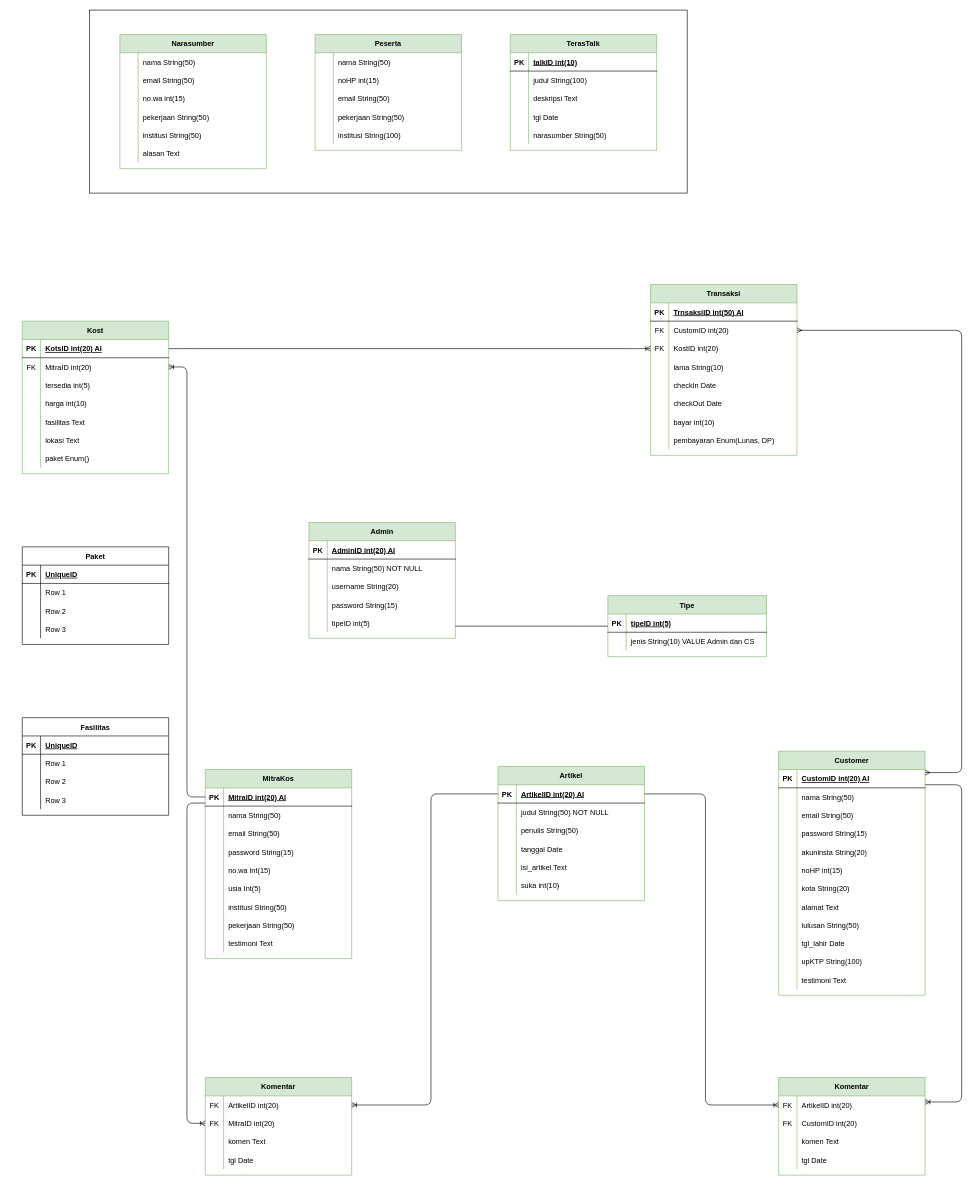
This is ERD TerasKos.drawio from sendy452/DIagram-Model, a draw.io file, before an edit. Source tidied: cells renumbered, new cells numbered last; positions are measured from the earlier drawing's top-left corner, leaving out a move shared by most shapes. Both pictures are drawn from the tidied source at 61%, with x=0, y=0 at pixel (22, 10).
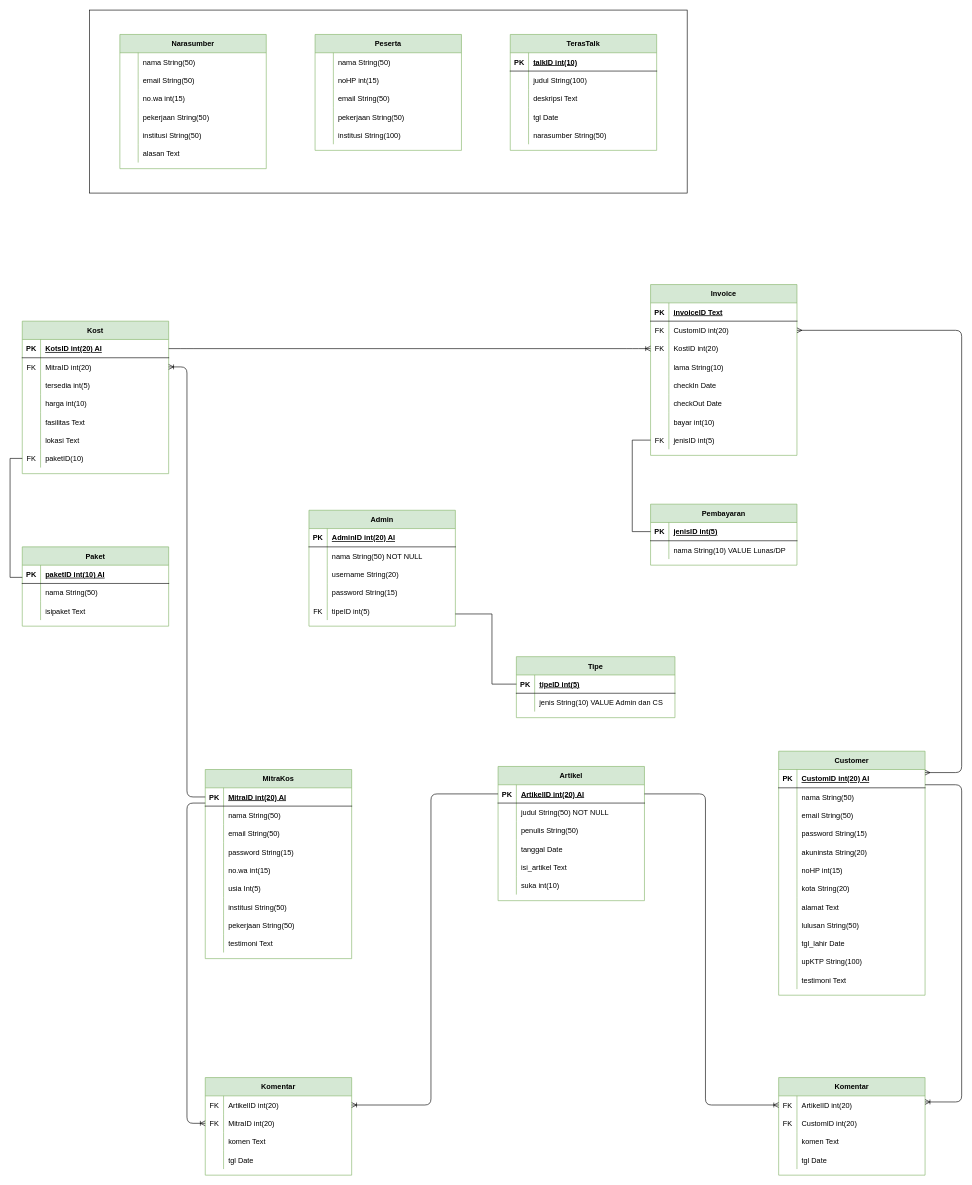
After the change.

The change refers to these unchanged cells:
```xml
<mxCell id="81" style="shape=partialRectangle;fillColor=none;top=0;left=0;bottom=0;right=0;points=[[0,0.5],[1,0.5]];portConstraint=eastwest;" parent="68" vertex="1">
  <mxGeometry y="150" width="240" height="30" as="geometry" />
</mxCell>
<mxCell id="141" style="shape=partialRectangle;fillColor=none;top=0;left=0;bottom=0;right=0;points=[[0,0.5],[1,0.5]];portConstraint=eastwest;" parent="122" vertex="1">
  <mxGeometry y="210" width="240" height="30" as="geometry" />
</mxCell>
<mxCell id="145" style="shape=partialRectangle;fillColor=none;top=0;left=0;bottom=1;right=0;" parent="144" vertex="1">
  <mxGeometry y="30" width="240" height="30" as="geometry" />
</mxCell>
<mxCell id="166" style="shape=partialRectangle;fillColor=none;top=0;left=0;bottom=0;right=0;points=[[0,0.5],[1,0.5]];portConstraint=eastwest;" parent="144" vertex="1">
  <mxGeometry y="240" width="240" height="30" as="geometry" />
</mxCell>
<mxCell id="203" style="shape=partialRectangle;fillColor=none;top=0;left=0;bottom=1;right=0;points=[[0,0.5],[1,0.5]];portConstraint=eastwest;" parent="202" vertex="1">
  <mxGeometry y="30" width="260" height="30" as="geometry" />
</mxCell>
<mxCell id="211" style="shape=partialRectangle;fillColor=none;top=0;left=0;bottom=1;right=0;points=[[0,0.5],[1,0.5]];portConstraint=eastwest;" parent="210" vertex="1">
  <mxGeometry y="30" width="240" height="30" as="geometry" />
</mxCell>
<mxCell id="214" style="shape=partialRectangle;fillColor=none;top=0;left=0;bottom=0;right=0;" parent="210" vertex="1">
  <mxGeometry y="60" width="240" height="30" as="geometry" />
</mxCell>
<mxCell id="217" style="shape=partialRectangle;fillColor=none;top=0;left=0;bottom=0;right=0;" parent="210" vertex="1">
  <mxGeometry y="90" width="240" height="30" as="geometry" />
</mxCell>
```

Change to the diagram source:
```diff
@@
     <mxCell id="68" value="Admin" style="shape=table;startSize=30;childLayout=tableLayout;rowLines=0;fontStyle=1;align=center;fillColor=#d5e8d4;strokeColor=#82b366;" parent="1" vertex="1">
-      <mxGeometry x="470" y="840" width="240" height="190" as="geometry" />
+      <mxGeometry x="470" y="820" width="240" height="190" as="geometry" />
     </mxCell>
@@
-    <mxCell id="82" style="shape=partialRectangle;fillColor=none;top=0;left=0;bottom=0;right=0;overflow=hidden;" parent="81" vertex="1">
+    <mxCell id="82" value="FK" style="shape=partialRectangle;fillColor=none;top=0;left=0;bottom=0;right=0;overflow=hidden;" parent="81" vertex="1">
       <mxGeometry width="30" height="30" as="geometry" />
     </mxCell>
@@
-    <mxCell id="142" style="shape=partialRectangle;fillColor=none;top=0;left=0;bottom=0;right=0;overflow=hidden;" parent="141" vertex="1">
-      <mxGeometry width="30" height="30" as="geometry" />
-    </mxCell>
-    <mxCell id="143" value="paket Enum()" style="shape=partialRectangle;fillColor=none;top=0;left=0;bottom=0;right=0;align=left;spacingLeft=6;overflow=hidden;" parent="141" vertex="1">
-      <mxGeometry x="30" width="210" height="30" as="geometry" />
-    </mxCell>
+    <mxCell id="268" value="FK" style="shape=partialRectangle;fillColor=none;top=0;left=0;bottom=0;right=0;fontStyle=0;overflow=hidden;" parent="141" vertex="1">
+      <mxGeometry width="30" height="30" as="geometry" />
+    </mxCell>
+    <mxCell id="269" value="paketID(10)" style="shape=partialRectangle;fillColor=none;top=0;left=0;bottom=0;right=0;align=left;spacingLeft=6;fontStyle=0;overflow=hidden;" parent="141" vertex="1">
+      <mxGeometry x="30" width="210" height="30" as="geometry" />
+    </mxCell>
-    <mxCell id="144" value="Transaksi" style="shape=table;startSize=30;childLayout=tableLayout;rowLines=0;fontStyle=1;align=center;fillColor=#d5e8d4;strokeColor=#82b366;" parent="1" vertex="1">
+    <mxCell id="144" value="Invoice" style="shape=table;startSize=30;childLayout=tableLayout;rowLines=0;fontStyle=1;align=center;fillColor=#d5e8d4;strokeColor=#82b366;" parent="1" vertex="1">
       <mxGeometry x="1030" y="450" width="240" height="280" as="geometry" />
     </mxCell>
@@
-    <mxCell id="147" value="TrnsaksiID int(50) AI" style="shape=partialRectangle;fillColor=none;top=0;left=0;bottom=0;right=0;align=left;spacingLeft=6;fontStyle=5;overflow=hidden;" parent="145" vertex="1">
+    <mxCell id="147" value="invoiceID Text" style="shape=partialRectangle;fillColor=none;top=0;left=0;bottom=0;right=0;align=left;spacingLeft=6;fontStyle=5;overflow=hidden;" parent="145" vertex="1">
       <mxGeometry x="30" width="210" height="30" as="geometry" />
     </mxCell>
@@
-    <mxCell id="167" style="shape=partialRectangle;fillColor=none;top=0;left=0;bottom=0;right=0;overflow=hidden;" parent="166" vertex="1">
+    <mxCell id="167" value="FK" style="shape=partialRectangle;fillColor=none;top=0;left=0;bottom=0;right=0;overflow=hidden;" parent="166" vertex="1">
       <mxGeometry width="30" height="30" as="geometry" />
     </mxCell>
-    <mxCell id="168" value="pembayaran Enum(Lunas, DP)" style="shape=partialRectangle;fillColor=none;top=0;left=0;bottom=0;right=0;align=left;spacingLeft=6;overflow=hidden;" parent="166" vertex="1">
+    <mxCell id="168" value="jenisID int(5)" style="shape=partialRectangle;fillColor=none;top=0;left=0;bottom=0;right=0;align=left;spacingLeft=6;overflow=hidden;" parent="166" vertex="1">
       <mxGeometry x="30" width="210" height="30" as="geometry" />
     </mxCell>
@@
     <mxCell id="202" value="Tipe" style="shape=table;startSize=30;childLayout=tableLayout;rowLines=0;fontStyle=1;align=center;fillColor=#d5e8d4;strokeColor=#82b366;" parent="1" vertex="1">
-      <mxGeometry x="960" y="960" width="260" height="100" as="geometry" />
+      <mxGeometry x="810" y="1060" width="260" height="100" as="geometry" />
     </mxCell>
@@
     <mxCell id="209" style="endArrow=none;html=1;rounded=0;edgeStyle=orthogonalEdgeStyle;" parent="1" edge="1" source="81" target="203">
       <mxGeometry relative="1" as="geometry">
         <Array as="points">
-          <mxPoint x="910" y="1010" />
-          <mxPoint x="910" y="1010" />
+          <mxPoint x="770" y="990" />
+          <mxPoint x="770" y="1105" />
         </Array>
       </mxGeometry>
     </mxCell>
-    <mxCell id="210" value="Paket" style="shape=table;startSize=30;childLayout=tableLayout;rowLines=0;fontStyle=1;align=center;" parent="1" vertex="1">
-      <mxGeometry y="880" width="240" height="160" as="geometry" />
+    <mxCell id="210" value="Paket" style="shape=table;startSize=30;childLayout=tableLayout;rowLines=0;fontStyle=1;align=center;fillColor=#d5e8d4;strokeColor=#82b366;" parent="1" vertex="1">
+      <mxGeometry y="880" width="240" height="130" as="geometry" />
     </mxCell>
@@
-    <mxCell id="213" value="UniqueID" style="shape=partialRectangle;fillColor=none;top=0;left=0;bottom=0;right=0;align=left;spacingLeft=6;fontStyle=5;overflow=hidden;" parent="211" vertex="1">
+    <mxCell id="213" value="paketID int(10) AI" style="shape=partialRectangle;fillColor=none;top=0;left=0;bottom=0;right=0;align=left;spacingLeft=6;fontStyle=5;overflow=hidden;" parent="211" vertex="1">
       <mxGeometry x="30" width="210" height="30" as="geometry" />
     </mxCell>
@@
-    <mxCell id="216" value="Row 1" style="shape=partialRectangle;fillColor=none;top=0;left=0;bottom=0;right=0;align=left;spacingLeft=6;overflow=hidden;" parent="214" vertex="1">
+    <mxCell id="216" value="nama String(50)" style="shape=partialRectangle;fillColor=none;top=0;left=0;bottom=0;right=0;align=left;spacingLeft=6;overflow=hidden;" parent="214" vertex="1">
       <mxGeometry x="30" width="210" height="30" as="geometry" />
     </mxCell>
@@
-    <mxCell id="219" value="Row 2" style="shape=partialRectangle;fillColor=none;top=0;left=0;bottom=0;right=0;align=left;spacingLeft=6;overflow=hidden;" parent="217" vertex="1">
+    <mxCell id="219" value="isipaket Text" style="shape=partialRectangle;fillColor=none;top=0;left=0;bottom=0;right=0;align=left;spacingLeft=6;overflow=hidden;" parent="217" vertex="1">
       <mxGeometry x="30" width="210" height="30" as="geometry" />
     </mxCell>
-    <mxCell id="220" style="shape=partialRectangle;fillColor=none;top=0;left=0;bottom=0;right=0;" parent="210" vertex="1">
-      <mxGeometry y="120" width="240" height="30" as="geometry" />
-    </mxCell>
-    <mxCell id="221" style="shape=partialRectangle;fillColor=none;top=0;left=0;bottom=0;right=0;overflow=hidden;" parent="220" vertex="1">
-      <mxGeometry width="30" height="30" as="geometry" />
-    </mxCell>
-    <mxCell id="222" value="Row 3" style="shape=partialRectangle;fillColor=none;top=0;left=0;bottom=0;right=0;align=left;spacingLeft=6;overflow=hidden;" parent="220" vertex="1">
-      <mxGeometry x="30" width="210" height="30" as="geometry" />
-    </mxCell>
-    <mxCell id="223" value="Fasilitas" style="shape=table;startSize=30;childLayout=tableLayout;rowLines=0;fontStyle=1;align=center;" parent="1" vertex="1">
-      <mxGeometry y="1160" width="240" height="160" as="geometry" />
-    </mxCell>
-    <mxCell id="224" style="shape=partialRectangle;fillColor=none;top=0;left=0;bottom=1;right=0;points=[[0,0.5],[1,0.5]];portConstraint=eastwest;" parent="223" vertex="1">
-      <mxGeometry y="30" width="240" height="30" as="geometry" />
-    </mxCell>
-    <mxCell id="225" value="PK" style="shape=partialRectangle;fillColor=none;top=0;left=0;bottom=0;right=0;fontStyle=1;overflow=hidden;" parent="224" vertex="1">
-      <mxGeometry width="30" height="30" as="geometry" />
-    </mxCell>
-    <mxCell id="226" value="UniqueID" style="shape=partialRectangle;fillColor=none;top=0;left=0;bottom=0;right=0;align=left;spacingLeft=6;fontStyle=5;overflow=hidden;" parent="224" vertex="1">
-      <mxGeometry x="30" width="210" height="30" as="geometry" />
-    </mxCell>
-    <mxCell id="227" style="shape=partialRectangle;fillColor=none;top=0;left=0;bottom=0;right=0;" parent="223" vertex="1">
-      <mxGeometry y="60" width="240" height="30" as="geometry" />
-    </mxCell>
-    <mxCell id="228" style="shape=partialRectangle;fillColor=none;top=0;left=0;bottom=0;right=0;overflow=hidden;" parent="227" vertex="1">
-      <mxGeometry width="30" height="30" as="geometry" />
-    </mxCell>
-    <mxCell id="229" value="Row 1" style="shape=partialRectangle;fillColor=none;top=0;left=0;bottom=0;right=0;align=left;spacingLeft=6;overflow=hidden;" parent="227" vertex="1">
-      <mxGeometry x="30" width="210" height="30" as="geometry" />
-    </mxCell>
-    <mxCell id="230" style="shape=partialRectangle;fillColor=none;top=0;left=0;bottom=0;right=0;" parent="223" vertex="1">
-      <mxGeometry y="90" width="240" height="30" as="geometry" />
-    </mxCell>
-    <mxCell id="231" style="shape=partialRectangle;fillColor=none;top=0;left=0;bottom=0;right=0;overflow=hidden;" parent="230" vertex="1">
-      <mxGeometry width="30" height="30" as="geometry" />
-    </mxCell>
-    <mxCell id="232" value="Row 2" style="shape=partialRectangle;fillColor=none;top=0;left=0;bottom=0;right=0;align=left;spacingLeft=6;overflow=hidden;" parent="230" vertex="1">
-      <mxGeometry x="30" width="210" height="30" as="geometry" />
-    </mxCell>
-    <mxCell id="233" style="shape=partialRectangle;fillColor=none;top=0;left=0;bottom=0;right=0;" parent="223" vertex="1">
-      <mxGeometry y="120" width="240" height="30" as="geometry" />
-    </mxCell>
-    <mxCell id="234" style="shape=partialRectangle;fillColor=none;top=0;left=0;bottom=0;right=0;overflow=hidden;" parent="233" vertex="1">
-      <mxGeometry width="30" height="30" as="geometry" />
-    </mxCell>
-    <mxCell id="235" value="Row 3" style="shape=partialRectangle;fillColor=none;top=0;left=0;bottom=0;right=0;align=left;spacingLeft=6;overflow=hidden;" parent="233" vertex="1">
-      <mxGeometry x="30" width="210" height="30" as="geometry" />
-    </mxCell>
@@
+    <mxCell id="270" value="Pembayaran" style="shape=table;startSize=30;childLayout=tableLayout;rowLines=0;fontStyle=1;align=center;fillColor=#d5e8d4;strokeColor=#82b366;" parent="1" vertex="1">
+      <mxGeometry x="1030" y="810" width="240" height="100" as="geometry" />
+    </mxCell>
+    <mxCell id="224" style="shape=partialRectangle;fillColor=none;top=0;left=0;bottom=1;right=0;points=[[0,0.5],[1,0.5]];portConstraint=eastwest;" parent="270" vertex="1">
+      <mxGeometry y="30" width="240" height="30" as="geometry" />
+    </mxCell>
+    <mxCell id="225" value="PK" style="shape=partialRectangle;fillColor=none;top=0;left=0;bottom=0;right=0;fontStyle=1;overflow=hidden;" parent="224" vertex="1">
+      <mxGeometry width="30" height="30" as="geometry" />
+    </mxCell>
+    <mxCell id="271" value="jenisID int(5)" style="shape=partialRectangle;fillColor=none;top=0;left=0;bottom=0;right=0;align=left;spacingLeft=6;fontStyle=5;overflow=hidden;" parent="224" vertex="1">
+      <mxGeometry x="30" width="210" height="30" as="geometry" />
+    </mxCell>
+    <mxCell id="227" style="shape=partialRectangle;fillColor=none;top=0;left=0;bottom=0;right=0;" parent="270" vertex="1">
+      <mxGeometry y="60" width="240" height="30" as="geometry" />
+    </mxCell>
+    <mxCell id="272" style="shape=partialRectangle;fillColor=none;top=0;left=0;bottom=0;right=0;overflow=hidden;" parent="227" vertex="1">
+      <mxGeometry width="30" height="30" as="geometry" />
+    </mxCell>
+    <mxCell id="273" value="nama String(10) VALUE Lunas/DP" style="shape=partialRectangle;fillColor=none;top=0;left=0;bottom=0;right=0;align=left;spacingLeft=6;overflow=hidden;" parent="227" vertex="1">
+      <mxGeometry x="30" width="210" height="30" as="geometry" />
+    </mxCell>
+    <mxCell id="274" style="endArrow=none;html=1;rounded=0;edgeStyle=orthogonalEdgeStyle;" parent="1" edge="1" source="211" target="141">
+      <mxGeometry relative="1" as="geometry">
+        <Array as="points">
+          <mxPoint x="-20" y="930" />
+          <mxPoint x="-20" y="735" />
+        </Array>
+      </mxGeometry>
+    </mxCell>
+    <mxCell id="275" style="endArrow=none;html=1;rounded=0;edgeStyle=orthogonalEdgeStyle;" parent="1" edge="1" source="166" target="224">
+      <mxGeometry relative="1" as="geometry">
+        <Array as="points">
+          <mxPoint x="1000" y="705" />
+          <mxPoint x="1000" y="855" />
+        </Array>
+      </mxGeometry>
+    </mxCell>
```
